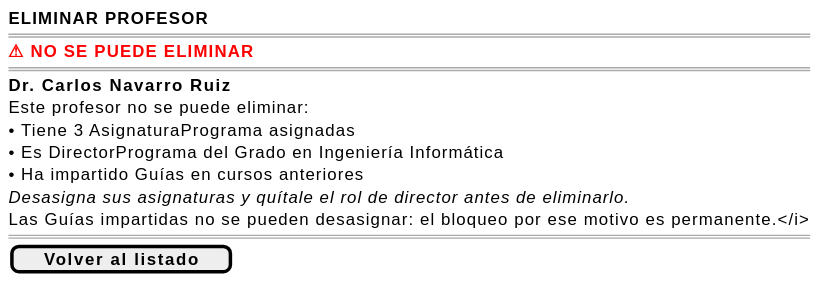
Earlier version of the PlantUML export images/RUP/01-requisitos/03-detalle-casos-uso/eliminarProfesor/wireframe-bloqueada.svg (mmasias/pyCeldaPublico). The source it was exported from:
```plantuml
@startsalt eliminarProfesor-wireframe-bloqueada
{
    <b>ELIMINAR PROFESOR</b>
    ====
    <color:red><b>⚠ NO SE PUEDE ELIMINAR</b></color>
    ====
    <b>Dr. Carlos Navarro Ruiz</b>

    Este profesor no se puede eliminar:
    • Tiene 3 AsignaturaPrograma asignadas
    • Es DirectorPrograma del Grado en Ingeniería Informática
    • Ha impartido Guías en cursos anteriores

    <i>Desasigna sus asignaturas y quítale el rol de director antes de eliminarlo.
    Las Guías impartidas no se pueden desasignar: el bloqueo por ese motivo es permanente.</i>
    ====
    [ <b>Volver al listado</b> ]
}
@endsalt
```
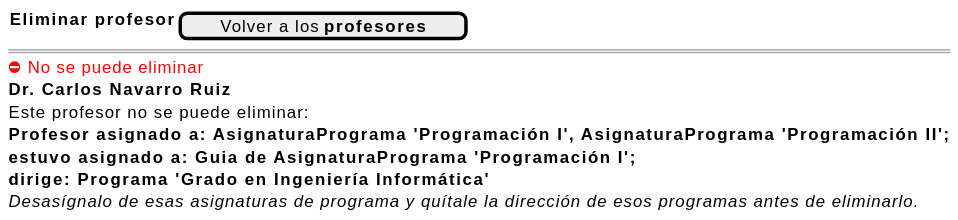
Above is the later version.

Diff of the diagram source:
```diff
@@ -1,19 +1,13 @@
 @startsalt eliminarProfesor-wireframe-bloqueada
 {
-    <b>ELIMINAR PROFESOR</b>
+    { <b>Eliminar profesor</b> | [ Volver a los <b>profesores</b> ] }
     ====
-    <color:red><b>⚠ NO SE PUEDE ELIMINAR</b></color>
-    ====
+    <color:red>⛔ No se puede eliminar</color>
     <b>Dr. Carlos Navarro Ruiz</b>
-
     Este profesor no se puede eliminar:
-    • Tiene 3 AsignaturaPrograma asignadas
-    • Es DirectorPrograma del Grado en Ingeniería Informática
-    • Ha impartido Guías en cursos anteriores
-
-    <i>Desasigna sus asignaturas y quítale el rol de director antes de eliminarlo.
-    Las Guías impartidas no se pueden desasignar: el bloqueo por ese motivo es permanente.</i>
-    ====
-    [ <b>Volver al listado</b> ]
+    <b>Profesor asignado a: AsignaturaPrograma 'Programación I', AsignaturaPrograma 'Programación II';</b>
+    <b>estuvo asignado a: Guia de AsignaturaPrograma 'Programación I';</b>
+    <b>dirige: Programa 'Grado en Ingeniería Informática'</b>
+    <i>Desasígnalo de esas asignaturas de programa y quítale la dirección de esos programas antes de eliminarlo.</i>
 }
 @endsalt
```
